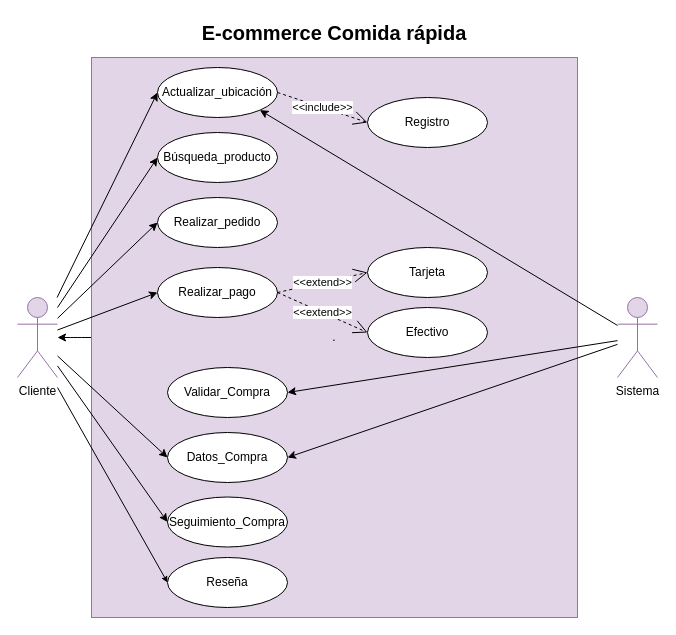
Earlier version of the draw.io diagram Casos de uso ecommerce comida rápida.drawio (andreamorenom/Laboratorio-Empresarial). Source tidied: cells renumbered, new cells numbered last; positions are measured from the earlier drawing's top-left corner, leaving out a move shared by most shapes. Both pictures are drawn from the tidied source at 100%, with x=0, y=0 at pixel (17, 17).
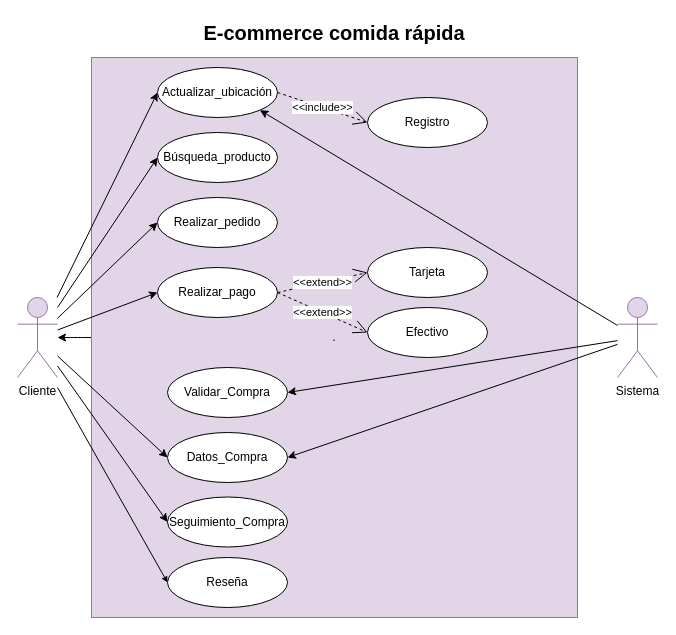
After the change.

The edit, as a diff of the source:
```diff
@@
-    <mxCell id="5" value="E-commerce Comida rápida" style="text;html=1;align=center;verticalAlign=middle;whiteSpace=wrap;rounded=0;fontStyle=1;fontSize=20;" parent="1" vertex="1">
+    <mxCell id="5" value="E-commerce&amp;nbsp;&lt;span style=&quot;background-color: transparent; color: light-dark(rgb(0, 0, 0), rgb(255, 255, 255));&quot;&gt;comida rápida&lt;/span&gt;" style="text;html=1;align=center;verticalAlign=middle;whiteSpace=wrap;rounded=0;fontStyle=1;fontSize=20;" parent="1" vertex="1">
       <mxGeometry x="164.2" width="305.5" height="30" as="geometry" />
     </mxCell>
```
